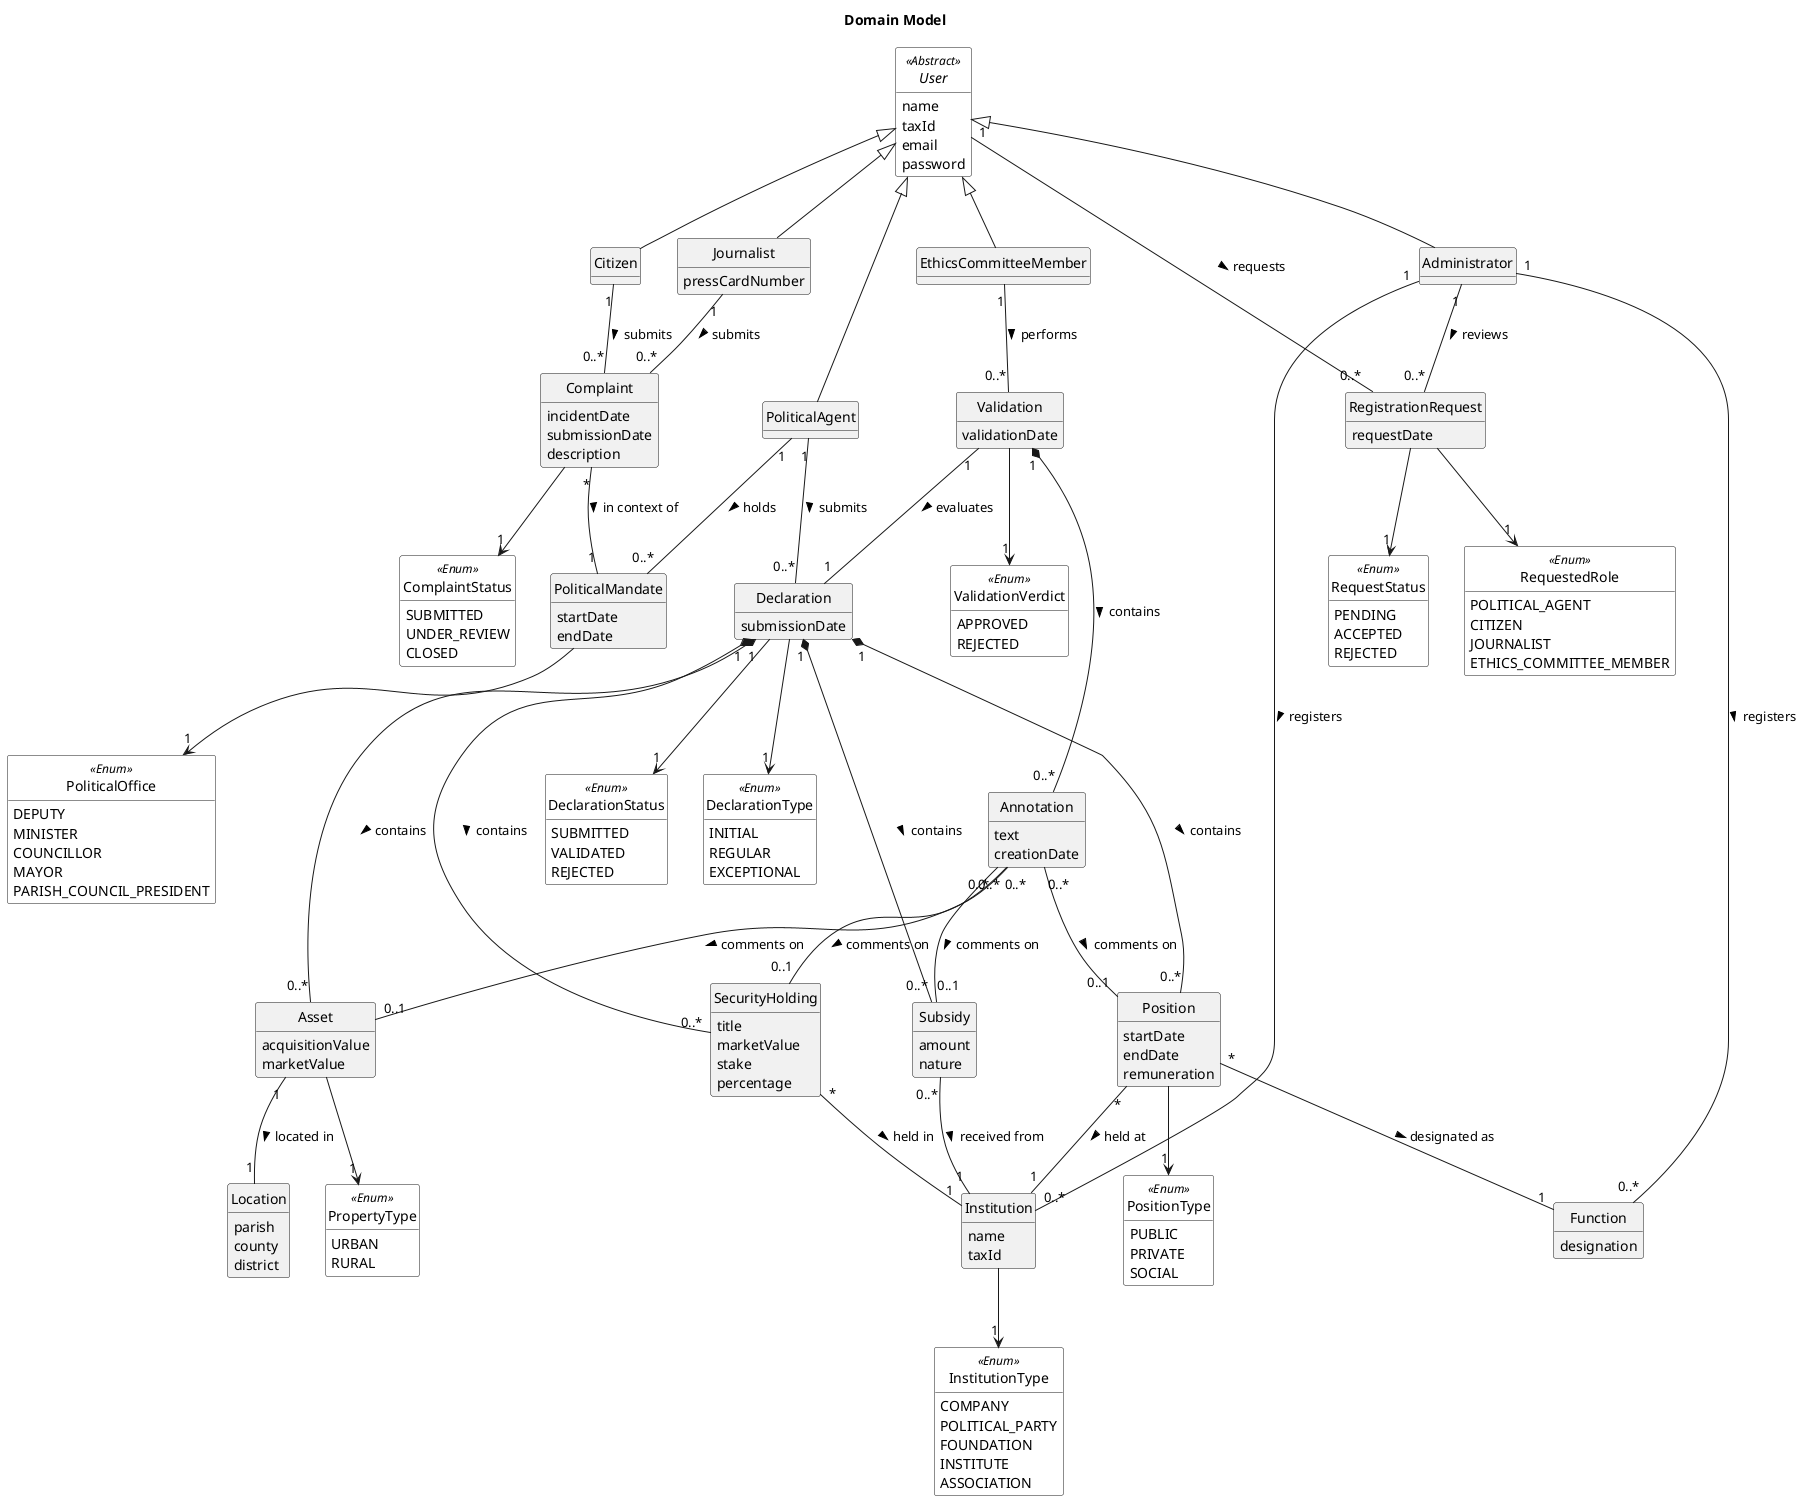
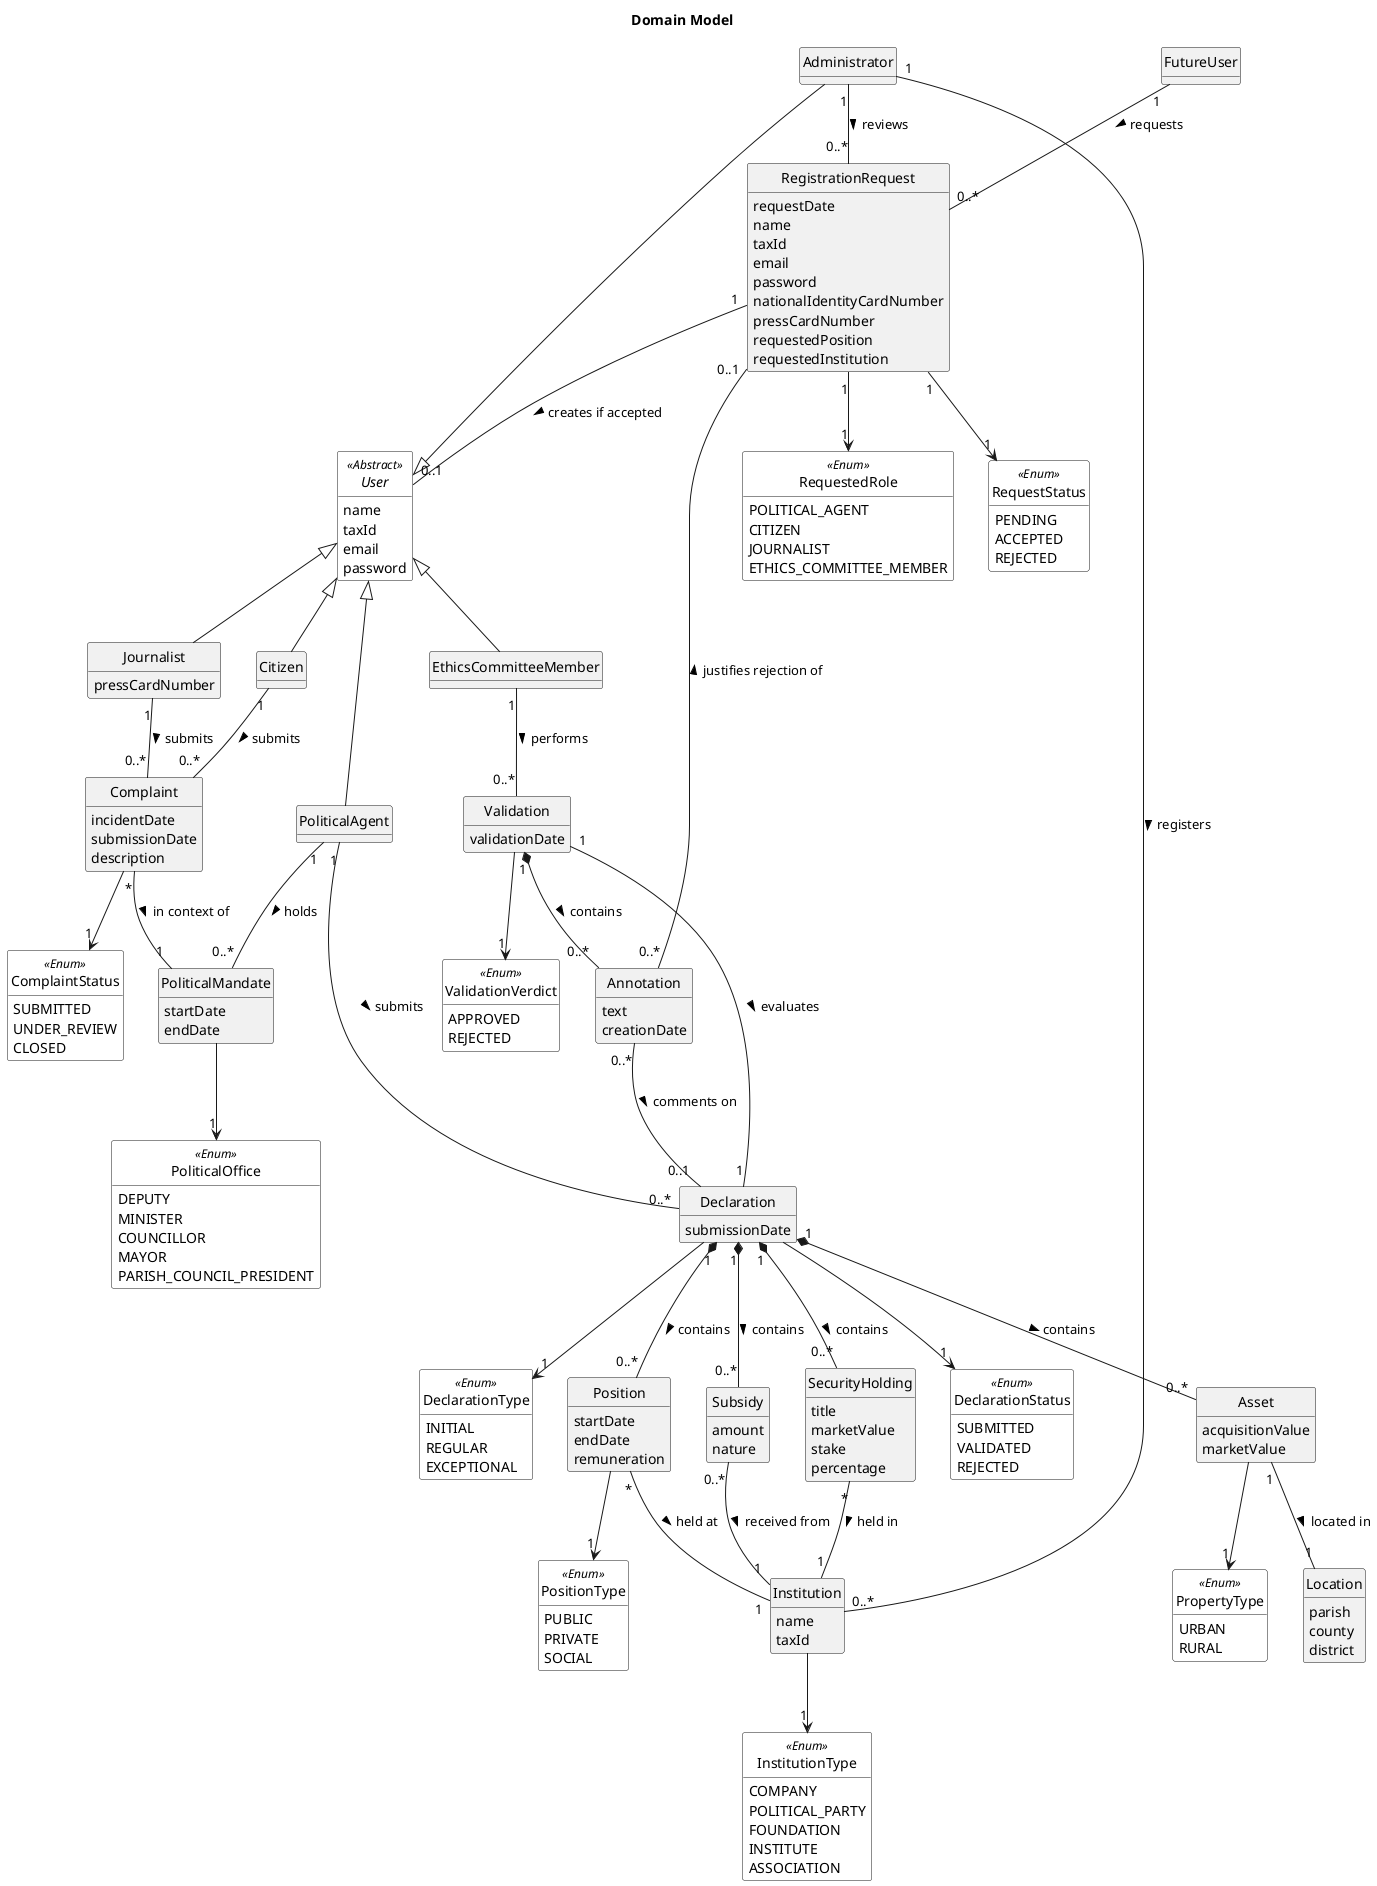
@startuml
title Domain Model
skinparam monochrome true
skinparam packageStyle rectangle
skinparam shadowing false
skinparam classAttributeIconSize 0

hide circle
hide methods

+ show <<Abstract>> circle
+ show <<Enum>> circle
+ 
skinparam class {
    BackgroundColor<<Abstract>> White
    BackgroundColor<<Enum>> White
}

enum PoliticalOffice << Enum >> {
  DEPUTY
  MINISTER
  COUNCILLOR
  MAYOR
  PARISH_COUNCIL_PRESIDENT
}

enum DeclarationType << Enum >> {
  INITIAL
  REGULAR
  EXCEPTIONAL
}

enum PropertyType << Enum >> {
  URBAN
  RURAL
}

enum PositionType << Enum >> {
  PUBLIC
  PRIVATE
  SOCIAL
}

enum InstitutionType << Enum >> {
  COMPANY
  POLITICAL_PARTY
  FOUNDATION
  INSTITUTE
  ASSOCIATION
}

enum DeclarationStatus << Enum >> {
  SUBMITTED
  VALIDATED
  REJECTED
}

enum ComplaintStatus << Enum >> {
  SUBMITTED
  UNDER_REVIEW
  CLOSED
}

enum RequestStatus << Enum >> {
  PENDING
  ACCEPTED
  REJECTED
}

enum ValidationVerdict << Enum >> {
  APPROVED
  REJECTED
}

enum RequestedRole << Enum >> {
  POLITICAL_AGENT
  CITIZEN
  JOURNALIST
  ETHICS_COMMITTEE_MEMBER
}

abstract class User << Abstract >> {
  name
  taxId
  email
  password
}

+ class FutureUser {
+ }
+ 
class PoliticalAgent {
}

class Journalist {
  pressCardNumber
}

class Citizen {
}

class EthicsCommitteeMember {
}

class Administrator {
}

class RegistrationRequest {
-   requestDate
+     requestDate
+     name
+     taxId
+     email
+     password
+     nationalIdentityCardNumber
+     pressCardNumber
+     requestedPosition
+     requestedInstitution
+ 
}

class PoliticalMandate {
  startDate
  endDate
}

class Institution {
  name
  taxId
- }
- 
- class Function {
-   designation
}

class Declaration {
  submissionDate
}

class Validation {
  validationDate
}

class Annotation {
  text
  creationDate
}

class Subsidy {
  amount
  nature
}

class Asset {
  acquisitionValue
  marketValue
}

class Location {
  parish
  county
  district
}

class Position {
  startDate
  endDate
  remuneration
}

class SecurityHolding {
  title
  marketValue
  stake
  percentage
}

class Complaint {
  incidentDate
  submissionDate
  description
}

User <|-- PoliticalAgent
User <|-- Journalist
User <|-- Citizen
User <|-- EthicsCommitteeMember
User <|-- Administrator

- User "1" -- "0..*" RegistrationRequest : requests >
- RegistrationRequest --> "1" RequestStatus
- RegistrationRequest --> "1" RequestedRole
+ FutureUser "1" -- "0..*" RegistrationRequest : requests >
+ RegistrationRequest "1" --> "1" RequestStatus
+ RegistrationRequest "1" --> "1" RequestedRole
+ RegistrationRequest "1" -- "0..1" User : creates if accepted >
+ 
Administrator "1" -- "0..*" RegistrationRequest : reviews >
+ Annotation "0..*" -- "0..1" RegistrationRequest : justifies rejection of >

PoliticalAgent "1" -- "0..*" PoliticalMandate : holds >
PoliticalMandate --> "1" PoliticalOffice

Institution --> "1" InstitutionType
Administrator "1" -- "0..*" Institution : registers >
- Administrator "1" -- "0..*" Function : registers >

PoliticalAgent "1" -- "0..*" Declaration : submits >
Declaration --> "1" DeclarationType
Declaration --> "1" DeclarationStatus
- Declaration "1" *--- "0..*" Subsidy : contains >
- Declaration "1" *--- "0..*" Asset : contains >
- Declaration "1" *--- "0..*" Position : contains >
- Declaration "1" *--- "0..*" SecurityHolding : contains >
+ Declaration "1" *-- "0..*" Subsidy : contains >
+ Declaration "1" *-- "0..*" Asset : contains >
+ Declaration "1" *-- "0..*" Position : contains >
+ Declaration "1" *-- "0..*" SecurityHolding : contains >

Subsidy "0..*" -- "1" Institution : received from >

Asset --> "1" PropertyType
Asset "1" -- "1" Location : located in >

Position --> "1" PositionType
Position "*" -- "1" Institution : held at >
- Position "*" -- "1" Function : designated as >

SecurityHolding "*" -- "1" Institution : held in >

EthicsCommitteeMember "1" -- "0..*" Validation : performs >
Validation "1" -- "1" Declaration : evaluates >
Validation --> "1" ValidationVerdict
Validation "1" *-- "0..*" Annotation : contains >
- Annotation "0..*" -- "0..1" Subsidy : comments on >
- Annotation "0..*" -- "0..1" Asset : comments on >
- Annotation "0..*" -- "0..1" Position : comments on >
- Annotation "0..*" -- "0..1" SecurityHolding : comments on >
+ Annotation "0..*" -- "0..1" Declaration : comments on >

Citizen "1" -- "0..*" Complaint : submits >
Journalist "1" -- "0..*" Complaint : submits >
Complaint "*" -- "1" PoliticalMandate : in context of >
Complaint --> "1" ComplaintStatus

@enduml